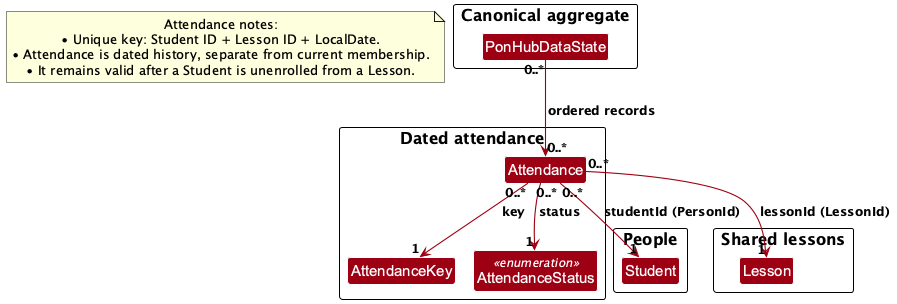
AY2627S1-CS2103T-F13-3/tp keeps this PlantUML diagram as docs/images/AttendanceClassDiagram.png. Above is the earlier version. The source it was exported from:
```plantuml
@startuml
!include style.puml
!pragma layout smetana

skinparam linetype ortho
skinparam nodesep 35
skinparam ranksep 45
skinparam arrowThickness 1.1
skinparam arrowColor MODEL_COLOR
skinparam classBackgroundColor MODEL_COLOR

package "Canonical aggregate" {
    class PonHubDataState
}

package "People" {
    class Student
}

package "Shared lessons" {
    class Lesson
}

package "Dated attendance" {
    class Attendance
    class AttendanceKey
    class AttendanceStatus <<enumeration>>
}

PonHubDataState "0..*" --> "0..*" Attendance : ordered records
Attendance "0..*" --> "1" AttendanceKey : key
Attendance "0..*" --> "1" AttendanceStatus : status
Attendance "0..*" --> "1" Student : studentId (PersonId)
Attendance "0..*" --> "1" Lesson : lessonId (LessonId)

note as AttendanceNotes
  Attendance notes:
  • Unique key: Student ID + Lesson ID + LocalDate.
  • Attendance is dated history, separate from current membership.
  • It remains valid after a Student is unenrolled from a Lesson.
end note

@enduml
```
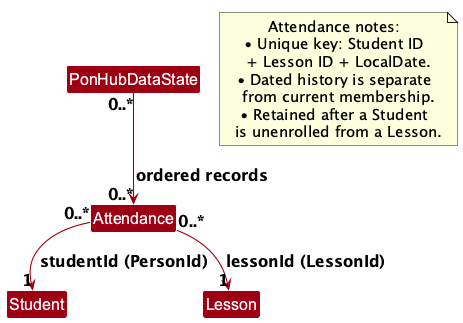
After the change.

What changed in the source:
```diff
@@ -2,42 +2,36 @@
 !include style.puml
 !pragma layout smetana
 
+skinparam defaultFontSize 16
+skinparam classFontSize 16
+skinparam noteFontSize 15
 skinparam linetype ortho
-skinparam nodesep 35
-skinparam ranksep 45
+skinparam nodesep 50
+skinparam ranksep 60
 skinparam arrowThickness 1.1
 skinparam arrowColor MODEL_COLOR
 skinparam classBackgroundColor MODEL_COLOR
 
-package "Canonical aggregate" {
     class PonHubDataState
-}
 
-package "People" {
     class Student
-}
 
-package "Shared lessons" {
     class Lesson
-}
 
-package "Dated attendance" {
     class Attendance
-    class AttendanceKey
-    class AttendanceStatus <<enumeration>>
-}
 
 PonHubDataState "0..*" --> "0..*" Attendance : ordered records
-Attendance "0..*" --> "1" AttendanceKey : key
-Attendance "0..*" --> "1" AttendanceStatus : status
 Attendance "0..*" --> "1" Student : studentId (PersonId)
 Attendance "0..*" --> "1" Lesson : lessonId (LessonId)
 
 note as AttendanceNotes
   Attendance notes:
-  • Unique key: Student ID + Lesson ID + LocalDate.
-  • Attendance is dated history, separate from current membership.
-  • It remains valid after a Student is unenrolled from a Lesson.
+  • Unique key: Student ID
+    + Lesson ID + LocalDate.
+  • Dated history is separate
+    from current membership.
+  • Retained after a Student
+    is unenrolled from a Lesson.
 end note
 
 @enduml
```
